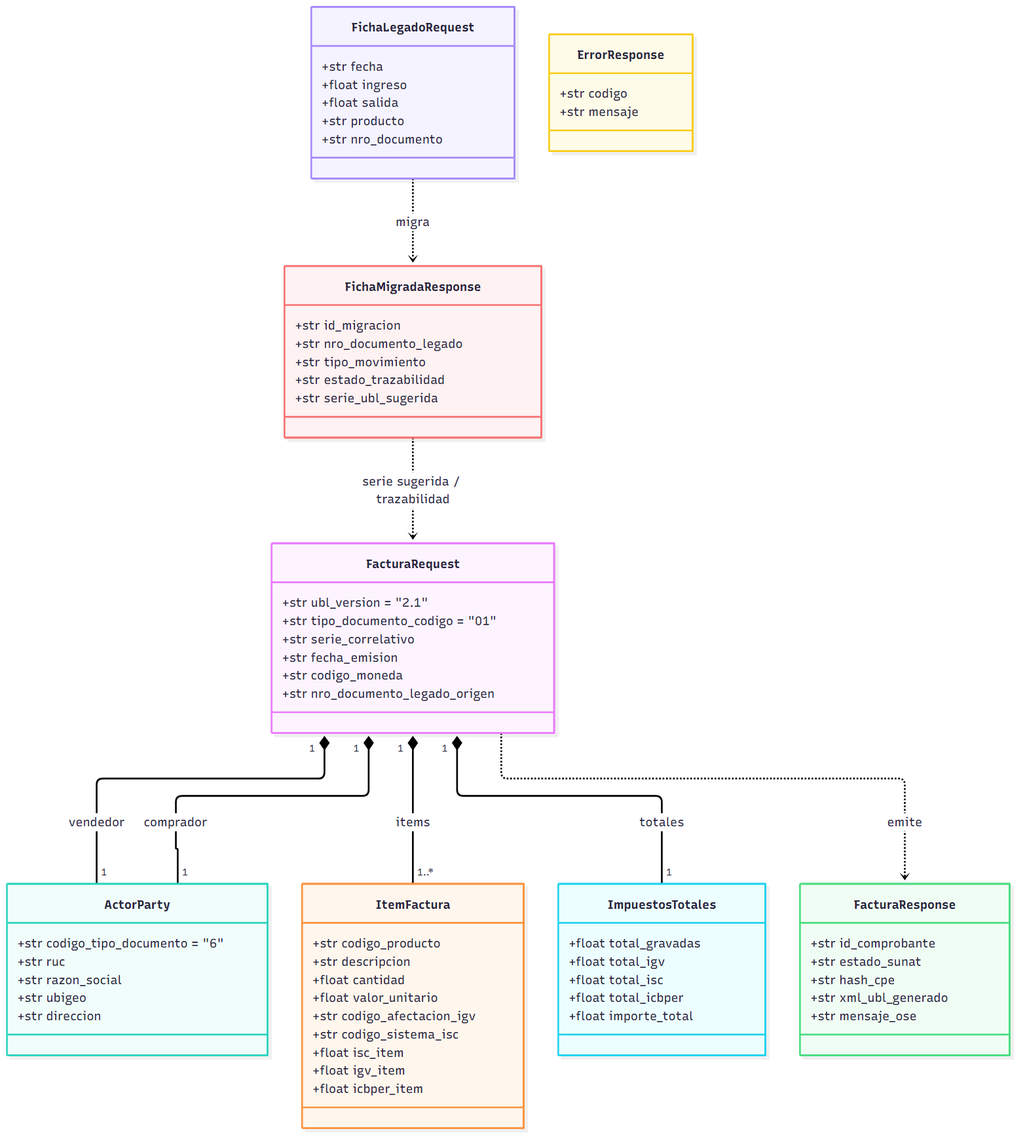
Before: docs/diagramas/03-modelo-dominio.png, a diagram exported from Mermaid (Melor-Smith/ARQUITECTURA). Its source is kept beside it as docs/diagramas/03-modelo-dominio.mmd.
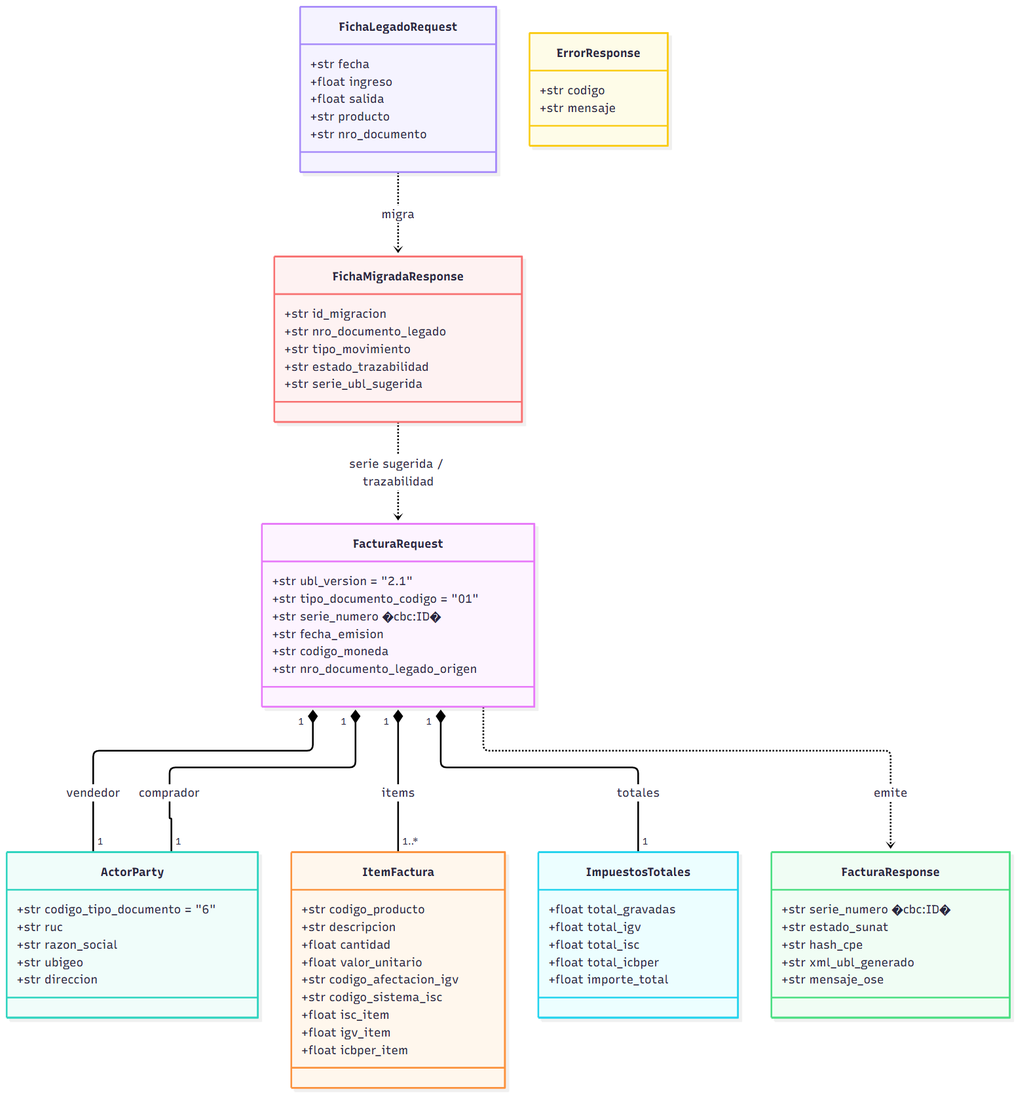
Later version of the same file.

What changed in the source:
```diff
@@ -2,7 +2,7 @@
     class FacturaRequest {
         +str ubl_version = "2.1"
         +str tipo_documento_codigo = "01"
-        +str serie_correlativo
+        +str serie_numero  «cbc:ID»
         +str fecha_emision
         +str codigo_moneda
         +str nro_documento_legado_origen
@@ -33,7 +33,7 @@
         +float importe_total
     }
     class FacturaResponse {
-        +str id_comprobante
+        +str serie_numero  «cbc:ID»
         +str estado_sunat
         +str hash_cpe
         +str xml_ubl_generado
```
